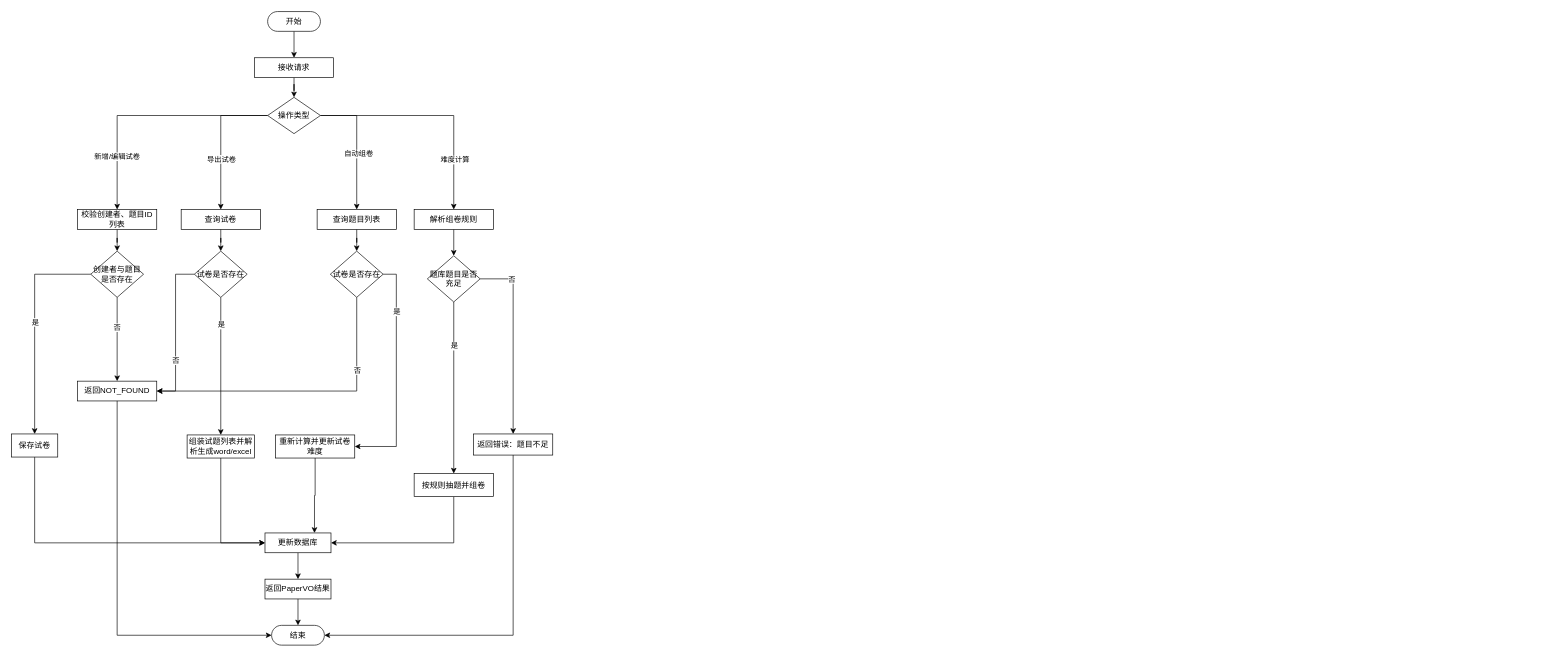
Earlier version of the draw.io diagram page "试卷管理模块流程图" (12 of 19) of 题库E-R.drawio (ChenLiheng/question-project). Source tidied: cells renumbered, new cells numbered last; positions are measured from the earlier drawing's top-left corner, leaving out a move shared by most shapes. Both pictures are drawn from the tidied source at 66%, with x=0, y=0 at pixel (11, 11).
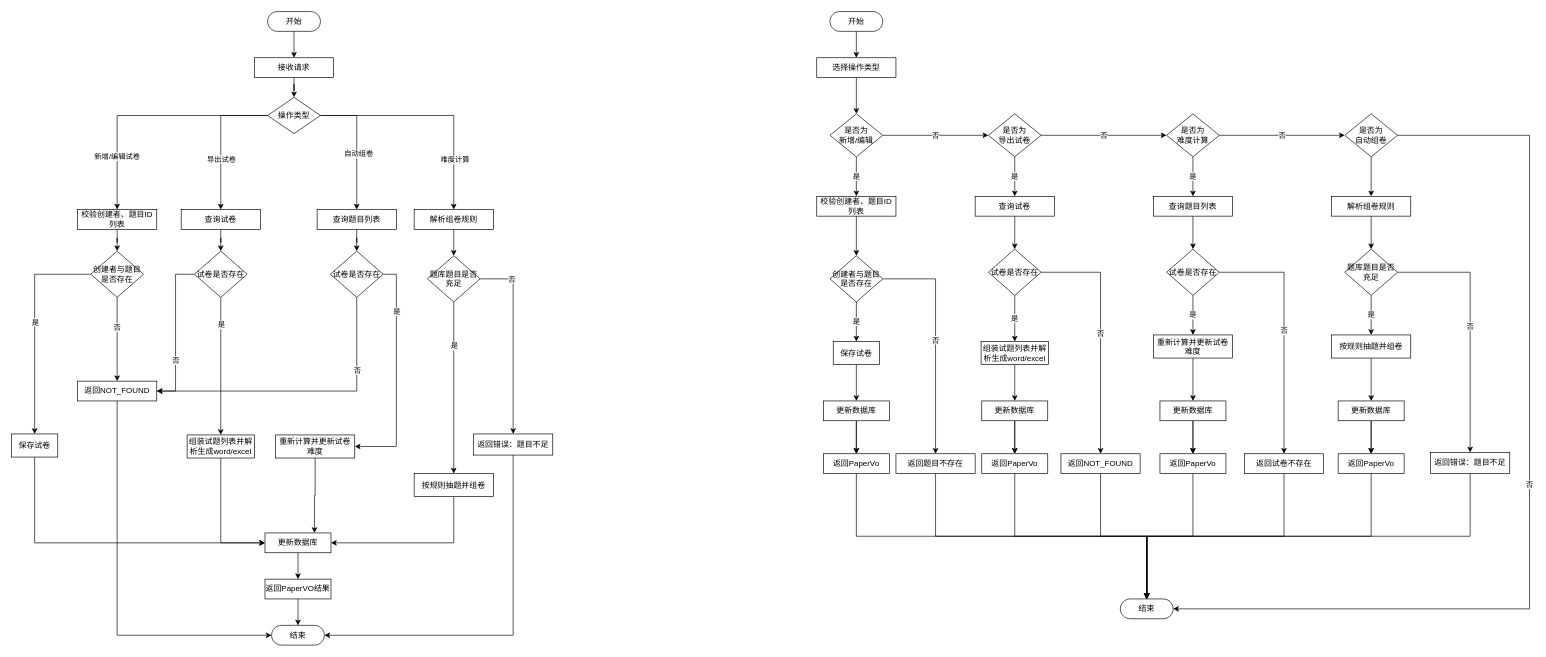
The same page after the edit.

Diff of the diagram source:
```diff
@@
+    <mxCell id="61" style="group;" parent="1" vertex="1">
+      <mxGeometry x="1220" width="1080" height="920" as="geometry" />
+    </mxCell>
+    <mxCell id="62" style="edgeStyle=orthogonalEdgeStyle;rounded=0;jettySize=auto;html=1;" parent="61" edge="1" source="63" target="65">
+      <mxGeometry relative="1" as="geometry" />
+    </mxCell>
+    <mxCell id="63" value="开始" style="html=1;dashed=0;whiteSpace=wrap;shape=mxgraph.dfd.start;" parent="61" vertex="1">
+      <mxGeometry x="20" width="80" height="30" as="geometry" />
+    </mxCell>
+    <mxCell id="64" style="edgeStyle=orthogonalEdgeStyle;rounded=0;jettySize=auto;html=1;" parent="61" edge="1" source="65" target="68">
+      <mxGeometry relative="1" as="geometry" />
+    </mxCell>
+    <mxCell id="65" value="选择操作类型" style="whiteSpace=wrap;html=1;dashed=0;" parent="61" vertex="1">
+      <mxGeometry y="70" width="120" height="30" as="geometry" />
+    </mxCell>
+    <mxCell id="66" value="是" style="edgeStyle=orthogonalEdgeStyle;rounded=0;jettySize=auto;html=1;exitX=0.5;exitY=1;exitDx=0;exitDy=0;entryX=0.5;entryY=0;entryDx=0;entryDy=0;" parent="61" edge="1" source="68" target="70">
+      <mxGeometry relative="1" as="geometry" />
+    </mxCell>
+    <mxCell id="67" value="否" style="edgeStyle=orthogonalEdgeStyle;rounded=0;jettySize=auto;html=1;exitX=1;exitY=0.5;exitDx=0;exitDy=0;entryX=0;entryY=0.5;entryDx=0;entryDy=0;" parent="61" edge="1" source="68" target="83">
+      <mxGeometry relative="1" as="geometry" />
+    </mxCell>
+    <mxCell id="68" value="是否为&lt;div&gt;新增/编辑&lt;/div&gt;" style="rhombus;whiteSpace=wrap;html=1;dashed=0;" parent="61" vertex="1">
+      <mxGeometry x="20" y="155" width="80" height="65" as="geometry" />
+    </mxCell>
+    <mxCell id="69" style="edgeStyle=orthogonalEdgeStyle;rounded=0;jettySize=auto;html=1;exitX=0.5;exitY=1;exitDx=0;exitDy=0;entryX=0.5;entryY=0;entryDx=0;entryDy=0;" parent="61" edge="1" source="70" target="73">
+      <mxGeometry relative="1" as="geometry" />
+    </mxCell>
+    <mxCell id="70" value="校验创建者、题目ID列表" style="whiteSpace=wrap;html=1;dashed=0;" parent="61" vertex="1">
+      <mxGeometry y="280" width="120" height="30" as="geometry" />
+    </mxCell>
+    <mxCell id="71" value="是" style="edgeStyle=orthogonalEdgeStyle;rounded=0;jettySize=auto;html=1;exitX=0.5;exitY=1;exitDx=0;exitDy=0;entryX=0.5;entryY=0;entryDx=0;entryDy=0;" parent="61" edge="1" source="73" target="75">
+      <mxGeometry relative="1" as="geometry" />
+    </mxCell>
+    <mxCell id="72" value="否" style="edgeStyle=orthogonalEdgeStyle;rounded=0;jettySize=auto;html=1;exitX=1;exitY=0.5;exitDx=0;exitDy=0;entryX=0.5;entryY=0;entryDx=0;entryDy=0;" parent="61" edge="1" source="73" target="80">
+      <mxGeometry relative="1" as="geometry" />
+    </mxCell>
+    <mxCell id="73" value="创建者与题目是否存在" style="rhombus;whiteSpace=wrap;html=1;dashed=0;" parent="61" vertex="1">
+      <mxGeometry x="20" y="370" width="80" height="70" as="geometry" />
+    </mxCell>
+    <mxCell id="74" style="edgeStyle=orthogonalEdgeStyle;rounded=0;jettySize=auto;html=1;exitX=0.5;exitY=1;exitDx=0;exitDy=0;entryX=0.5;entryY=0;entryDx=0;entryDy=0;" parent="61" edge="1" source="75" target="78">
+      <mxGeometry relative="1" as="geometry" />
+    </mxCell>
+    <mxCell id="75" value="保存试卷" style="whiteSpace=wrap;html=1;dashed=0;" parent="61" vertex="1">
+      <mxGeometry x="25" y="500" width="70" height="35" as="geometry" />
+    </mxCell>
+    <mxCell id="76" style="edgeStyle=orthogonalEdgeStyle;rounded=0;jettySize=auto;html=1;exitX=0.5;exitY=1;exitDx=0;exitDy=0;entryX=0.5;entryY=0;entryDx=0;entryDy=0;" parent="61" edge="1" source="78" target="79">
+      <mxGeometry relative="1" as="geometry" />
+    </mxCell>
+    <mxCell id="77" style="edgeStyle=orthogonalEdgeStyle;rounded=0;jettySize=auto;html=1;" parent="61" edge="1" source="78" target="79">
+      <mxGeometry relative="1" as="geometry" />
+    </mxCell>
+    <mxCell id="78" value="更新数据库" style="html=1;dashed=0;whiteSpace=wrap;" parent="61" vertex="1">
+      <mxGeometry x="10" y="590" width="100" height="30" as="geometry" />
+    </mxCell>
+    <mxCell id="79" value="返回PaperVo" style="html=1;dashed=0;whiteSpace=wrap;" parent="61" vertex="1">
+      <mxGeometry x="10" y="670" width="100" height="30" as="geometry" />
+    </mxCell>
+    <mxCell id="80" value="返回题目不存在" style="whiteSpace=wrap;html=1;dashed=0;" parent="61" vertex="1">
+      <mxGeometry x="120" y="670" width="120" height="30" as="geometry" />
+    </mxCell>
+    <mxCell id="81" value="是" style="edgeStyle=orthogonalEdgeStyle;rounded=0;jettySize=auto;html=1;exitX=0.5;exitY=1;exitDx=0;exitDy=0;entryX=0.5;entryY=0;entryDx=0;entryDy=0;" parent="61" edge="1" source="83" target="85">
+      <mxGeometry relative="1" as="geometry" />
+    </mxCell>
+    <mxCell id="82" value="否" style="edgeStyle=orthogonalEdgeStyle;rounded=0;jettySize=auto;html=1;exitX=1;exitY=0.5;exitDx=0;exitDy=0;entryX=0;entryY=0.5;entryDx=0;entryDy=0;" parent="61" edge="1" source="83" target="98">
+      <mxGeometry relative="1" as="geometry" />
+    </mxCell>
+    <mxCell id="83" value="是否为&lt;div&gt;导出试卷&lt;/div&gt;" style="rhombus;whiteSpace=wrap;html=1;dashed=0;" parent="61" vertex="1">
+      <mxGeometry x="260" y="155" width="80" height="65" as="geometry" />
+    </mxCell>
+    <mxCell id="84" style="edgeStyle=orthogonalEdgeStyle;rounded=0;jettySize=auto;html=1;exitX=0.5;exitY=1;exitDx=0;exitDy=0;entryX=0.5;entryY=0;entryDx=0;entryDy=0;" parent="61" edge="1" source="85" target="88">
+      <mxGeometry relative="1" as="geometry" />
+    </mxCell>
+    <mxCell id="85" value="查询试卷" style="whiteSpace=wrap;html=1;dashed=0;" parent="61" vertex="1">
+      <mxGeometry x="240" y="280" width="120" height="30" as="geometry" />
+    </mxCell>
+    <mxCell id="86" value="是" style="edgeStyle=orthogonalEdgeStyle;rounded=0;jettySize=auto;html=1;exitX=0.5;exitY=1;exitDx=0;exitDy=0;entryX=0.5;entryY=0;entryDx=0;entryDy=0;" parent="61" edge="1" source="88" target="90">
+      <mxGeometry relative="1" as="geometry" />
+    </mxCell>
+    <mxCell id="87" value="否" style="edgeStyle=orthogonalEdgeStyle;rounded=0;jettySize=auto;html=1;exitX=1;exitY=0.5;exitDx=0;exitDy=0;entryX=0.5;entryY=0;entryDx=0;entryDy=0;" parent="61" edge="1" source="88" target="95">
+      <mxGeometry relative="1" as="geometry" />
+    </mxCell>
+    <mxCell id="88" value="试卷是否存在" style="rhombus;whiteSpace=wrap;html=1;dashed=0;" parent="61" vertex="1">
+      <mxGeometry x="260" y="360" width="80" height="70" as="geometry" />
+    </mxCell>
+    <mxCell id="89" style="edgeStyle=orthogonalEdgeStyle;rounded=0;jettySize=auto;html=1;exitX=0.5;exitY=1;exitDx=0;exitDy=0;entryX=0.5;entryY=0;entryDx=0;entryDy=0;" parent="61" edge="1" source="90" target="93">
+      <mxGeometry relative="1" as="geometry" />
+    </mxCell>
+    <mxCell id="90" value="组装试题列表并解析生成word/excel" style="whiteSpace=wrap;html=1;dashed=0;" parent="61" vertex="1">
+      <mxGeometry x="249" y="500" width="102" height="35" as="geometry" />
+    </mxCell>
+    <mxCell id="91" style="edgeStyle=orthogonalEdgeStyle;rounded=0;jettySize=auto;html=1;exitX=0.5;exitY=1;exitDx=0;exitDy=0;entryX=0.5;entryY=0;entryDx=0;entryDy=0;" parent="61" edge="1" source="93" target="94">
+      <mxGeometry relative="1" as="geometry" />
+    </mxCell>
+    <mxCell id="92" style="edgeStyle=orthogonalEdgeStyle;rounded=0;jettySize=auto;html=1;" parent="61" edge="1" source="93" target="94">
+      <mxGeometry relative="1" as="geometry" />
+    </mxCell>
+    <mxCell id="93" value="更新数据库" style="html=1;dashed=0;whiteSpace=wrap;" parent="61" vertex="1">
+      <mxGeometry x="250" y="590" width="100" height="30" as="geometry" />
+    </mxCell>
+    <mxCell id="94" value="返回PaperVo" style="html=1;dashed=0;whiteSpace=wrap;" parent="61" vertex="1">
+      <mxGeometry x="250" y="670" width="100" height="30" as="geometry" />
+    </mxCell>
+    <mxCell id="95" value="返回NOT_FOUND" style="whiteSpace=wrap;html=1;dashed=0;" parent="61" vertex="1">
+      <mxGeometry x="370" y="670" width="120" height="30" as="geometry" />
+    </mxCell>
+    <mxCell id="96" value="是" style="edgeStyle=orthogonalEdgeStyle;rounded=0;jettySize=auto;html=1;exitX=0.5;exitY=1;exitDx=0;exitDy=0;entryX=0.5;entryY=0;entryDx=0;entryDy=0;" parent="61" edge="1" source="98" target="105">
+      <mxGeometry relative="1" as="geometry" />
+    </mxCell>
+    <mxCell id="97" value="否" style="edgeStyle=orthogonalEdgeStyle;rounded=0;jettySize=auto;html=1;exitX=1;exitY=0.5;exitDx=0;exitDy=0;entryX=0;entryY=0.5;entryDx=0;entryDy=0;" parent="61" edge="1" source="98" target="100">
+      <mxGeometry relative="1" as="geometry" />
+    </mxCell>
+    <mxCell id="98" value="是否为&lt;div&gt;难度计算&lt;/div&gt;" style="rhombus;whiteSpace=wrap;html=1;dashed=0;" parent="61" vertex="1">
+      <mxGeometry x="530" y="155" width="80" height="65" as="geometry" />
+    </mxCell>
+    <mxCell id="99" style="edgeStyle=orthogonalEdgeStyle;rounded=0;jettySize=auto;html=1;exitX=0.5;exitY=1;exitDx=0;exitDy=0;entryX=0.5;entryY=0;entryDx=0;entryDy=0;" parent="61" edge="1" source="100" target="114">
+      <mxGeometry relative="1" as="geometry" />
+    </mxCell>
+    <mxCell id="100" value="是否为&lt;div&gt;自动组卷&lt;/div&gt;" style="rhombus;whiteSpace=wrap;html=1;dashed=0;" parent="61" vertex="1">
+      <mxGeometry x="800" y="155" width="80" height="65" as="geometry" />
+    </mxCell>
+    <mxCell id="101" value="是" style="edgeStyle=orthogonalEdgeStyle;rounded=0;jettySize=auto;html=1;exitX=0.5;exitY=1;exitDx=0;exitDy=0;entryX=0.5;entryY=0;entryDx=0;entryDy=0;" parent="61" edge="1" source="103" target="107">
+      <mxGeometry relative="1" as="geometry" />
+    </mxCell>
+    <mxCell id="102" value="否" style="edgeStyle=orthogonalEdgeStyle;rounded=0;jettySize=auto;html=1;exitX=1;exitY=0.5;exitDx=0;exitDy=0;entryX=0.5;entryY=0;entryDx=0;entryDy=0;" parent="61" edge="1" source="103" target="112">
+      <mxGeometry relative="1" as="geometry" />
+    </mxCell>
+    <mxCell id="103" value="试卷是否存在" style="rhombus;whiteSpace=wrap;html=1;dashed=0;" parent="61" vertex="1">
+      <mxGeometry x="530" y="360" width="80" height="70" as="geometry" />
+    </mxCell>
+    <mxCell id="104" style="edgeStyle=orthogonalEdgeStyle;rounded=0;jettySize=auto;html=1;exitX=0.5;exitY=1;exitDx=0;exitDy=0;entryX=0.5;entryY=0;entryDx=0;entryDy=0;" parent="61" edge="1" source="105" target="103">
+      <mxGeometry relative="1" as="geometry" />
+    </mxCell>
+    <mxCell id="105" value="查询题目列表" style="whiteSpace=wrap;html=1;dashed=0;" parent="61" vertex="1">
+      <mxGeometry x="510" y="280" width="120" height="30" as="geometry" />
+    </mxCell>
+    <mxCell id="106" style="edgeStyle=orthogonalEdgeStyle;rounded=0;jettySize=auto;html=1;exitX=0.5;exitY=1;exitDx=0;exitDy=0;entryX=0.5;entryY=0;entryDx=0;entryDy=0;" parent="61" edge="1" source="107" target="110">
+      <mxGeometry relative="1" as="geometry" />
+    </mxCell>
+    <mxCell id="107" value="重新计算并更新试卷难度" style="whiteSpace=wrap;html=1;dashed=0;" parent="61" vertex="1">
+      <mxGeometry x="510" y="490" width="120" height="35" as="geometry" />
+    </mxCell>
+    <mxCell id="108" style="edgeStyle=orthogonalEdgeStyle;rounded=0;jettySize=auto;html=1;exitX=0.5;exitY=1;exitDx=0;exitDy=0;entryX=0.5;entryY=0;entryDx=0;entryDy=0;" parent="61" edge="1" source="110" target="111">
+      <mxGeometry relative="1" as="geometry" />
+    </mxCell>
+    <mxCell id="109" style="edgeStyle=orthogonalEdgeStyle;rounded=0;jettySize=auto;html=1;" parent="61" edge="1" source="110" target="111">
+      <mxGeometry relative="1" as="geometry" />
+    </mxCell>
+    <mxCell id="110" value="更新数据库" style="html=1;dashed=0;whiteSpace=wrap;" parent="61" vertex="1">
+      <mxGeometry x="520" y="590" width="100" height="30" as="geometry" />
+    </mxCell>
+    <mxCell id="111" value="返回PaperVo" style="html=1;dashed=0;whiteSpace=wrap;" parent="61" vertex="1">
+      <mxGeometry x="520" y="670" width="100" height="30" as="geometry" />
+    </mxCell>
+    <mxCell id="112" value="返回试卷不存在" style="whiteSpace=wrap;html=1;dashed=0;" parent="61" vertex="1">
+      <mxGeometry x="648" y="670" width="120" height="30" as="geometry" />
+    </mxCell>
+    <mxCell id="113" style="edgeStyle=orthogonalEdgeStyle;rounded=0;jettySize=auto;html=1;exitX=0.5;exitY=1;exitDx=0;exitDy=0;entryX=0.5;entryY=0;entryDx=0;entryDy=0;" parent="61" edge="1" source="114" target="117">
+      <mxGeometry relative="1" as="geometry" />
+    </mxCell>
+    <mxCell id="114" value="解析组卷规则" style="whiteSpace=wrap;html=1;dashed=0;" parent="61" vertex="1">
+      <mxGeometry x="780" y="280" width="120" height="30" as="geometry" />
+    </mxCell>
+    <mxCell id="115" value="是" style="edgeStyle=orthogonalEdgeStyle;rounded=0;jettySize=auto;html=1;exitX=0.5;exitY=1;exitDx=0;exitDy=0;entryX=0.5;entryY=0;entryDx=0;entryDy=0;" parent="61" edge="1" source="117" target="121">
+      <mxGeometry relative="1" as="geometry" />
+    </mxCell>
+    <mxCell id="116" value="否" style="edgeStyle=orthogonalEdgeStyle;rounded=0;jettySize=auto;html=1;exitX=1;exitY=0.5;exitDx=0;exitDy=0;entryX=0.5;entryY=0;entryDx=0;entryDy=0;" parent="61" edge="1" source="117" target="119">
+      <mxGeometry relative="1" as="geometry" />
+    </mxCell>
+    <mxCell id="117" value="题库题目是否充足" style="rhombus;whiteSpace=wrap;html=1;dashed=0;" parent="61" vertex="1">
+      <mxGeometry x="800" y="360" width="80" height="70" as="geometry" />
+    </mxCell>
+    <mxCell id="118" style="edgeStyle=orthogonalEdgeStyle;rounded=0;jettySize=auto;html=1;exitX=0.5;exitY=1;exitDx=0;exitDy=0;entryX=0.5;entryY=0.5;entryDx=0;entryDy=-15;entryPerimeter=0;" parent="61" edge="1" source="119" target="126">
+      <mxGeometry relative="1" as="geometry" />
+    </mxCell>
+    <mxCell id="119" value="返回错误：题目不足" style="whiteSpace=wrap;html=1;dashed=0;" parent="61" vertex="1">
+      <mxGeometry x="930" y="668" width="120" height="32" as="geometry" />
+    </mxCell>
+    <mxCell id="120" style="edgeStyle=orthogonalEdgeStyle;rounded=0;jettySize=auto;html=1;exitX=0.5;exitY=1;exitDx=0;exitDy=0;entryX=0.5;entryY=0;entryDx=0;entryDy=0;" parent="61" edge="1" source="121" target="124">
+      <mxGeometry relative="1" as="geometry" />
+    </mxCell>
+    <mxCell id="121" value="按规则抽题并组卷" style="whiteSpace=wrap;html=1;dashed=0;" parent="61" vertex="1">
+      <mxGeometry x="780" y="490" width="120" height="35" as="geometry" />
+    </mxCell>
+    <mxCell id="122" style="edgeStyle=orthogonalEdgeStyle;rounded=0;jettySize=auto;html=1;exitX=0.5;exitY=1;exitDx=0;exitDy=0;entryX=0.5;entryY=0;entryDx=0;entryDy=0;" parent="61" edge="1" source="124" target="125">
+      <mxGeometry relative="1" as="geometry" />
+    </mxCell>
+    <mxCell id="123" style="edgeStyle=orthogonalEdgeStyle;rounded=0;jettySize=auto;html=1;" parent="61" edge="1" source="124" target="125">
+      <mxGeometry relative="1" as="geometry" />
+    </mxCell>
+    <mxCell id="124" value="更新数据库" style="html=1;dashed=0;whiteSpace=wrap;" parent="61" vertex="1">
+      <mxGeometry x="790" y="590" width="100" height="30" as="geometry" />
+    </mxCell>
+    <mxCell id="125" value="返回PaperVo" style="html=1;dashed=0;whiteSpace=wrap;" parent="61" vertex="1">
+      <mxGeometry x="790" y="670" width="100" height="30" as="geometry" />
+    </mxCell>
+    <mxCell id="126" value="结束" style="html=1;dashed=0;whiteSpace=wrap;shape=mxgraph.dfd.start;" parent="61" vertex="1">
+      <mxGeometry x="460" y="890" width="80" height="30" as="geometry" />
+    </mxCell>
+    <mxCell id="127" style="edgeStyle=orthogonalEdgeStyle;rounded=0;jettySize=auto;html=1;exitX=0.5;exitY=1;exitDx=0;exitDy=0;entryX=0.5;entryY=0.5;entryDx=0;entryDy=-15.000000000000002;entryPerimeter=0;" parent="61" edge="1" source="79" target="126">
+      <mxGeometry relative="1" as="geometry" />
+    </mxCell>
+    <mxCell id="128" style="edgeStyle=orthogonalEdgeStyle;rounded=0;jettySize=auto;html=1;exitX=0.5;exitY=1;exitDx=0;exitDy=0;entryX=0.5;entryY=0.5;entryDx=0;entryDy=-15.000000000000002;entryPerimeter=0;" parent="61" edge="1" source="80" target="126">
+      <mxGeometry relative="1" as="geometry" />
+    </mxCell>
+    <mxCell id="129" style="edgeStyle=orthogonalEdgeStyle;rounded=0;jettySize=auto;html=1;exitX=0.5;exitY=1;exitDx=0;exitDy=0;entryX=0.5;entryY=0.5;entryDx=0;entryDy=-15;entryPerimeter=0;" parent="61" edge="1" source="94" target="126">
+      <mxGeometry relative="1" as="geometry" />
+    </mxCell>
+    <mxCell id="130" style="edgeStyle=orthogonalEdgeStyle;rounded=0;jettySize=auto;html=1;exitX=0.5;exitY=1;exitDx=0;exitDy=0;entryX=0.5;entryY=0.5;entryDx=0;entryDy=-15;entryPerimeter=0;" parent="61" edge="1" source="95" target="126">
+      <mxGeometry relative="1" as="geometry" />
+    </mxCell>
+    <mxCell id="131" style="edgeStyle=orthogonalEdgeStyle;rounded=0;jettySize=auto;html=1;exitX=0.5;exitY=1;exitDx=0;exitDy=0;entryX=0.5;entryY=0.5;entryDx=0;entryDy=-15;entryPerimeter=0;" parent="61" edge="1" source="125" target="126">
+      <mxGeometry relative="1" as="geometry" />
+    </mxCell>
+    <mxCell id="132" value="否" style="edgeStyle=orthogonalEdgeStyle;rounded=0;jettySize=auto;html=1;exitX=1;exitY=0.5;exitDx=0;exitDy=0;entryX=1;entryY=0.5;entryDx=0;entryDy=0;entryPerimeter=0;" parent="61" edge="1" source="100" target="126">
+      <mxGeometry relative="1" as="geometry">
+        <Array as="points">
+          <mxPoint x="1080" y="187" />
+          <mxPoint x="1080" y="905" />
+        </Array>
+      </mxGeometry>
+    </mxCell>
+    <mxCell id="133" style="edgeStyle=orthogonalEdgeStyle;rounded=0;jettySize=auto;html=1;exitX=0.5;exitY=1;exitDx=0;exitDy=0;entryX=0.5;entryY=0.5;entryDx=0;entryDy=-15;entryPerimeter=0;" parent="61" edge="1" source="111" target="126">
+      <mxGeometry relative="1" as="geometry" />
+    </mxCell>
+    <mxCell id="134" style="edgeStyle=orthogonalEdgeStyle;rounded=0;jettySize=auto;html=1;exitX=0.5;exitY=1;exitDx=0;exitDy=0;entryX=0.5;entryY=0.5;entryDx=0;entryDy=-15;entryPerimeter=0;" parent="61" edge="1" source="112" target="126">
+      <mxGeometry relative="1" as="geometry" />
+    </mxCell>
```
